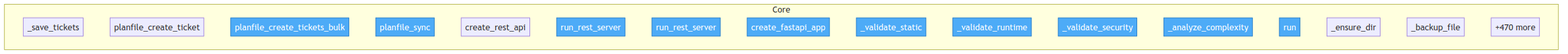
The Mermaid diagram project/flow.png in semcod/algitex, before a commit. Its source is kept beside it as project/flow.mmd.
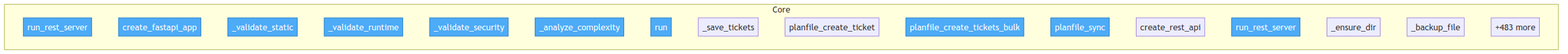
The same diagram one commit later.

What changed in the source:
```diff
@@ -3,12 +3,6 @@
     classDef entry fill:#4dabf7,stroke:#1971c2,color:#fff
 
     subgraph Core
-        docker__planfile_mcp__planfile_mcp_server___save_tickets["_save_tickets"]
-        docker__planfile_mcp__planfile_mcp_server__planfile_create_ticket["planfile_create_ticket"]
-        docker__planfile_mcp__planfile_mcp_server__planfile_create_tickets_bulk["planfile_create_tickets_bulk"]
-        docker__planfile_mcp__planfile_mcp_server__planfile_sync["planfile_sync"]
-        docker__planfile_mcp__planfile_mcp_server__create_rest_api["create_rest_api"]
-        docker__planfile_mcp__planfile_mcp_server__run_rest_server["run_rest_server"]
         docker__aider_mcp__aider_mcp_server__run_rest_server["run_rest_server"]
         docker__vallm__vallm_server__VallmServer__create_fastapi_app["create_fastapi_app"]
         docker__vallm__vallm_server__VallmServer___validate_static["_validate_static"]
@@ -16,9 +10,15 @@
         docker__vallm__vallm_server__VallmServer___validate_security["_validate_security"]
         docker__vallm__vallm_server__VallmServer___analyze_complexity["_analyze_complexity"]
         docker__vallm__vallm_server__VallmServer__run["run"]
+        docker__planfile_mcp__planfile_mcp_server___save_tickets["_save_tickets"]
+        docker__planfile_mcp__planfile_mcp_server__planfile_create_ticket["planfile_create_ticket"]
+        docker__planfile_mcp__planfile_mcp_server__planfile_create_tickets_bulk["planfile_create_tickets_bulk"]
+        docker__planfile_mcp__planfile_mcp_server__planfile_sync["planfile_sync"]
+        docker__planfile_mcp__planfile_mcp_server__create_rest_api["create_rest_api"]
+        docker__planfile_mcp__planfile_mcp_server__run_rest_server["run_rest_server"]
         src__algitex__tools__config__ConfigManager___ensure_dir["_ensure_dir"]
         src__algitex__tools__config__ConfigManager___backup_file["_backup_file"]
-        ...["+470 more"]
+        ...["+483 more"]
     end
 
-    class docker__planfile_mcp__planfile_mcp_server__planfile_create_tickets_bulk,docker__planfile_mcp__planfile_mcp_server__planfile_sync,docker__planfile_mcp__planfile_mcp_server__run_rest_server,docker__aider_mcp__aider_mcp_server__run_rest_server,docker__vallm__vallm_server__VallmServer__create_fastapi_app,docker__vallm__vallm_server__VallmServer___validate_static,docker__vallm__vallm_server__VallmServer___validate_runtime,docker__vallm__vallm_server__VallmServer___validate_security,docker__vallm__vallm_server__VallmServer___analyze_complexity,docker__vallm__vallm_server__VallmServer__run entry
+    class docker__aider_mcp__aider_mcp_server__run_rest_server,docker__vallm__vallm_server__VallmServer__create_fastapi_app,docker__vallm__vallm_server__VallmServer___validate_static,docker__vallm__vallm_server__VallmServer___validate_runtime,docker__vallm__vallm_server__VallmServer___validate_security,docker__vallm__vallm_server__VallmServer___analyze_complexity,docker__vallm__vallm_server__VallmServer__run,docker__planfile_mcp__planfile_mcp_server__planfile_create_tickets_bulk,docker__planfile_mcp__planfile_mcp_server__planfile_sync,docker__planfile_mcp__planfile_mcp_server__run_rest_server entry
```
